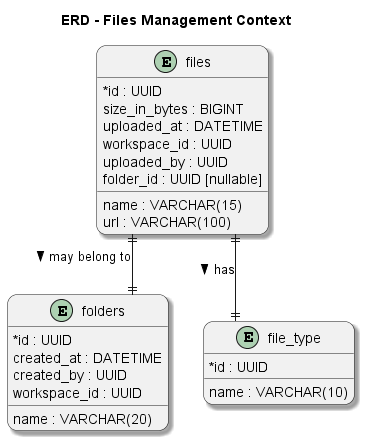
Above: img/chapter4/db/files.png in GalaxiaWonder-OpenSource/ProjectReport (PlantUML), before the change.
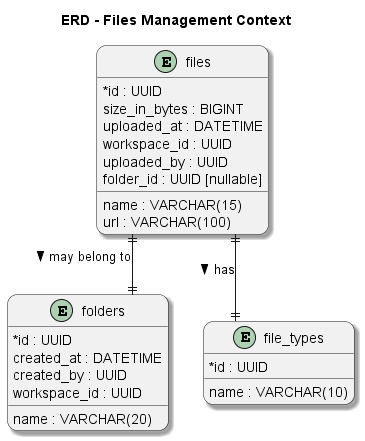
The same file after the commit.

What changed in the source:
```diff
@@ -26,12 +26,12 @@
   workspace_id : UUID
 }
 
-entity file_type{
+entity file_types{
   * id : UUID
   name : VARCHAR(10)
 }
 
 files ||--|| folders : may belong to >
-files ||--|| file_type : has >
+files ||--|| file_types : has >
 
 @enduml
```
